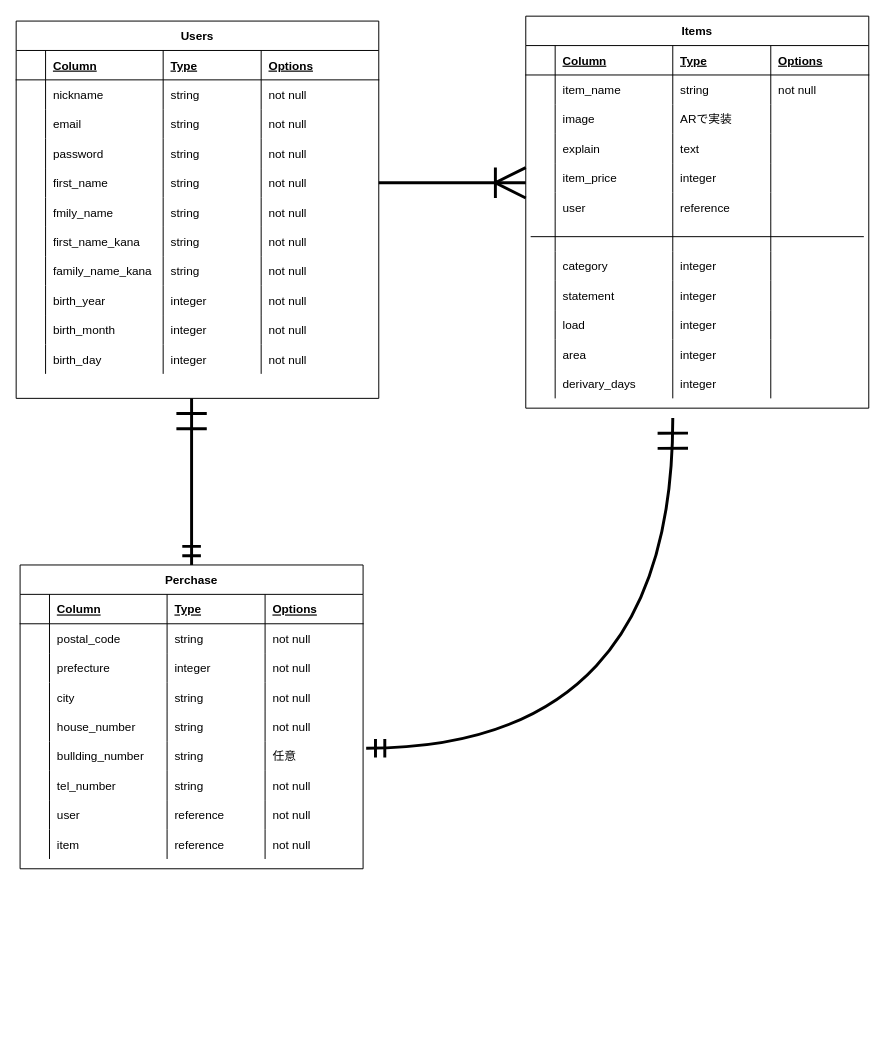
Before: furima_table.dio in kuuleon/furima-kagawa2021-passpo, a draw.io diagram. Source tidied: cells renumbered, new cells numbered last; positions are measured from the earlier drawing's top-left corner, leaving out a move shared by most shapes. Both pictures are drawn from the tidied source at 98%, with x=0, y=0 at pixel (16, 16).
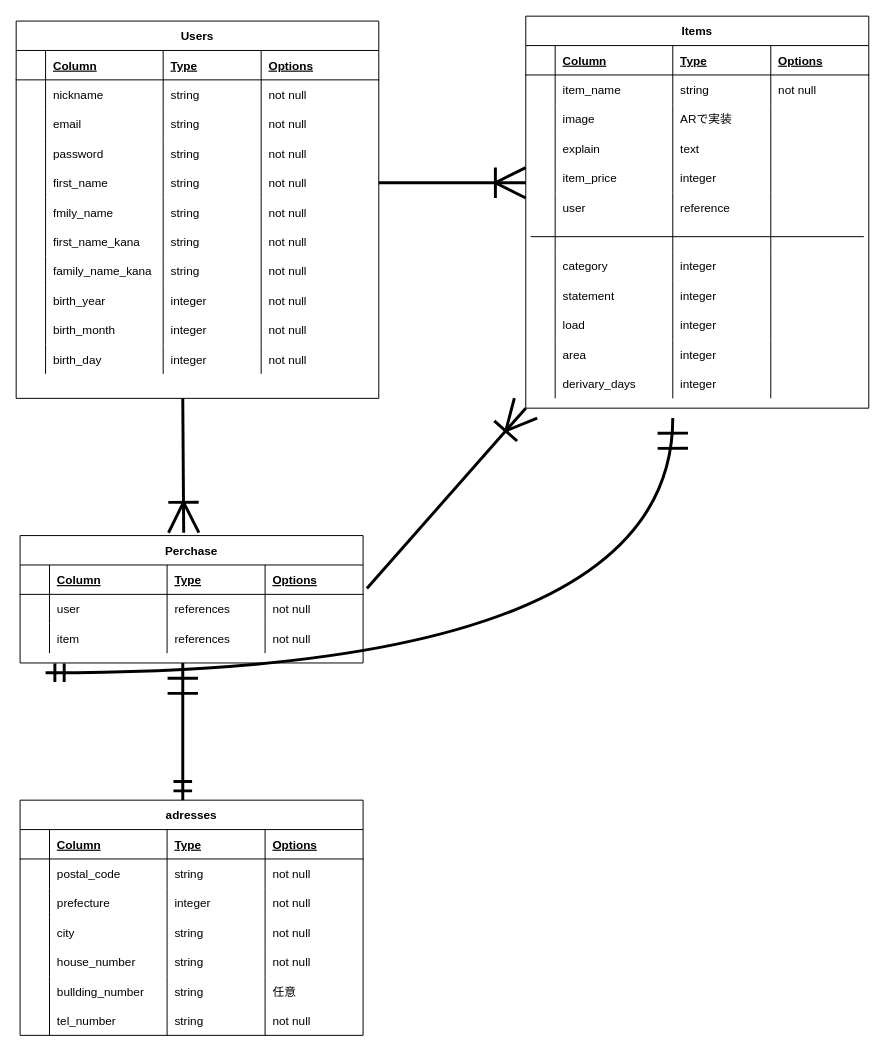
Above is the later version.

Commit message:
ER図（adressesテーブルの作成）

The change refers to these unchanged cells:
```xml
<mxCell id="122" style="shape=partialRectangle;fillColor=none;top=0;left=0;bottom=1;right=0;points=[[0,0.5],[1,0.5]];portConstraint=eastwest;" parent="121" vertex="1">
  <mxGeometry y="30" width="350" height="30" as="geometry" />
</mxCell>
```

The edit, as a diff of the source:
```diff
@@
     <mxCell id="121" value="Perchase" style="shape=table;startSize=30;childLayout=tableLayout;rowLines=0;fontStyle=1;align=center;" parent="1" vertex="1">
-      <mxGeometry x="4" y="560" width="350" height="310" as="geometry" />
+      <mxGeometry x="4" y="530" width="350" height="130" as="geometry" />
     </mxCell>
@@
-    <mxCell id="127" style="shape=partialRectangle;fillColor=none;top=0;left=0;bottom=0;right=0;points=[[0,0.5],[1,0.5]];portConstraint=eastwest;" parent="121" vertex="1">
-      <mxGeometry y="60" width="350" height="30" as="geometry" />
-    </mxCell>
-    <mxCell id="128" style="shape=partialRectangle;fillColor=none;top=0;left=0;bottom=0;right=0;overflow=hidden;" parent="127" vertex="1">
-      <mxGeometry width="30" height="30" as="geometry" />
-    </mxCell>
-    <mxCell id="129" value="postal_code" style="shape=partialRectangle;fillColor=none;top=0;left=0;bottom=0;right=0;align=left;spacingLeft=6;overflow=hidden;" parent="127" vertex="1">
-      <mxGeometry x="30" width="120" height="30" as="geometry" />
-    </mxCell>
-    <mxCell id="130" value="string" style="shape=partialRectangle;fillColor=none;top=0;left=0;bottom=0;right=0;align=left;spacingLeft=6;overflow=hidden;" parent="127" vertex="1">
-      <mxGeometry x="150" width="100" height="30" as="geometry" />
-    </mxCell>
-    <mxCell id="131" value="not null" style="shape=partialRectangle;fillColor=none;top=0;left=0;bottom=0;right=0;align=left;spacingLeft=6;overflow=hidden;" parent="127" vertex="1">
-      <mxGeometry x="250" width="100" height="30" as="geometry" />
-    </mxCell>
-    <mxCell id="132" style="shape=partialRectangle;fillColor=none;top=0;left=0;bottom=0;right=0;" parent="121" vertex="1">
-      <mxGeometry y="90" width="350" height="30" as="geometry" />
-    </mxCell>
-    <mxCell id="133" style="shape=partialRectangle;fillColor=none;top=0;left=0;bottom=0;right=0;overflow=hidden;" parent="132" vertex="1">
-      <mxGeometry width="30" height="30" as="geometry" />
-    </mxCell>
-    <mxCell id="134" value="prefecture" style="shape=partialRectangle;fillColor=none;top=0;left=0;bottom=0;right=0;align=left;spacingLeft=6;overflow=hidden;" parent="132" vertex="1">
-      <mxGeometry x="30" width="120" height="30" as="geometry" />
-    </mxCell>
-    <mxCell id="135" value="integer" style="shape=partialRectangle;fillColor=none;top=0;left=0;bottom=0;right=0;align=left;spacingLeft=6;overflow=hidden;" parent="132" vertex="1">
-      <mxGeometry x="150" width="100" height="30" as="geometry" />
-    </mxCell>
-    <mxCell id="136" value="not null" style="shape=partialRectangle;fillColor=none;top=0;left=0;bottom=0;right=0;align=left;spacingLeft=6;overflow=hidden;" parent="132" vertex="1">
-      <mxGeometry x="250" width="100" height="30" as="geometry" />
-    </mxCell>
-    <mxCell id="137" style="shape=partialRectangle;fillColor=none;top=0;left=0;bottom=0;right=0;" parent="121" vertex="1">
-      <mxGeometry y="120" width="350" height="30" as="geometry" />
-    </mxCell>
-    <mxCell id="138" style="shape=partialRectangle;fillColor=none;top=0;left=0;bottom=0;right=0;overflow=hidden;" parent="137" vertex="1">
-      <mxGeometry width="30" height="30" as="geometry" />
-    </mxCell>
-    <mxCell id="139" value="city" style="shape=partialRectangle;fillColor=none;top=0;left=0;bottom=0;right=0;align=left;spacingLeft=6;overflow=hidden;" parent="137" vertex="1">
-      <mxGeometry x="30" width="120" height="30" as="geometry" />
-    </mxCell>
-    <mxCell id="140" value="string" style="shape=partialRectangle;fillColor=none;top=0;left=0;bottom=0;right=0;align=left;spacingLeft=6;overflow=hidden;" parent="137" vertex="1">
-      <mxGeometry x="150" width="100" height="30" as="geometry" />
-    </mxCell>
-    <mxCell id="141" value="not null" style="shape=partialRectangle;fillColor=none;top=0;left=0;bottom=0;right=0;align=left;spacingLeft=6;overflow=hidden;" parent="137" vertex="1">
-      <mxGeometry x="250" width="100" height="30" as="geometry" />
-    </mxCell>
-    <mxCell id="142" style="edgeStyle=orthogonalEdgeStyle;rounded=0;orthogonalLoop=1;jettySize=auto;html=1;exitX=1;exitY=0.5;exitDx=0;exitDy=0;" parent="121" edge="1" source="127" target="127">
+    <mxCell id="142" style="edgeStyle=orthogonalEdgeStyle;rounded=0;orthogonalLoop=1;jettySize=auto;html=1;exitX=1;exitY=0.5;exitDx=0;exitDy=0;" parent="121" edge="1">
       <mxGeometry relative="1" as="geometry" />
     </mxCell>
-    <mxCell id="143" style="shape=partialRectangle;fillColor=none;top=0;left=0;bottom=0;right=0;" parent="121" vertex="1">
-      <mxGeometry y="150" width="350" height="30" as="geometry" />
-    </mxCell>
-    <mxCell id="144" style="shape=partialRectangle;fillColor=none;top=0;left=0;bottom=0;right=0;overflow=hidden;" parent="143" vertex="1">
-      <mxGeometry width="30" height="30" as="geometry" />
-    </mxCell>
-    <mxCell id="145" value="house_number" style="shape=partialRectangle;fillColor=none;top=0;left=0;bottom=0;right=0;align=left;spacingLeft=6;overflow=hidden;" parent="143" vertex="1">
-      <mxGeometry x="30" width="120" height="30" as="geometry" />
-    </mxCell>
-    <mxCell id="146" value="string" style="shape=partialRectangle;fillColor=none;top=0;left=0;bottom=0;right=0;align=left;spacingLeft=6;overflow=hidden;" parent="143" vertex="1">
-      <mxGeometry x="150" width="100" height="30" as="geometry" />
-    </mxCell>
-    <mxCell id="147" value="not null" style="shape=partialRectangle;fillColor=none;top=0;left=0;bottom=0;right=0;align=left;spacingLeft=6;overflow=hidden;" parent="143" vertex="1">
-      <mxGeometry x="250" width="100" height="30" as="geometry" />
-    </mxCell>
-    <mxCell id="148" style="shape=partialRectangle;fillColor=none;top=0;left=0;bottom=0;right=0;points=[[0,0.5],[1,0.5]];portConstraint=eastwest;" parent="121" vertex="1">
-      <mxGeometry y="180" width="350" height="30" as="geometry" />
-    </mxCell>
-    <mxCell id="149" style="shape=partialRectangle;fillColor=none;top=0;left=0;bottom=0;right=0;overflow=hidden;" parent="148" vertex="1">
-      <mxGeometry width="30" height="30" as="geometry" />
-    </mxCell>
-    <mxCell id="150" value="bullding_number" style="shape=partialRectangle;fillColor=none;top=0;left=0;bottom=0;right=0;align=left;spacingLeft=6;overflow=hidden;" parent="148" vertex="1">
-      <mxGeometry x="30" width="120" height="30" as="geometry" />
-    </mxCell>
-    <mxCell id="151" value="string" style="shape=partialRectangle;fillColor=none;top=0;left=0;bottom=0;right=0;align=left;spacingLeft=6;overflow=hidden;" parent="148" vertex="1">
-      <mxGeometry x="150" width="100" height="30" as="geometry" />
-    </mxCell>
-    <mxCell id="152" value="任意" style="shape=partialRectangle;fillColor=none;top=0;left=0;bottom=0;right=0;align=left;spacingLeft=6;overflow=hidden;" parent="148" vertex="1">
-      <mxGeometry x="250" width="100" height="30" as="geometry" />
-    </mxCell>
-    <mxCell id="153" style="shape=partialRectangle;fillColor=none;top=0;left=0;bottom=0;right=0;" parent="121" vertex="1">
-      <mxGeometry y="210" width="350" height="30" as="geometry" />
-    </mxCell>
-    <mxCell id="154" style="shape=partialRectangle;fillColor=none;top=0;left=0;bottom=0;right=0;overflow=hidden;" parent="153" vertex="1">
-      <mxGeometry width="30" height="30" as="geometry" />
-    </mxCell>
-    <mxCell id="155" value="tel_number" style="shape=partialRectangle;fillColor=none;top=0;left=0;bottom=0;right=0;align=left;spacingLeft=6;overflow=hidden;" parent="153" vertex="1">
-      <mxGeometry x="30" width="120" height="30" as="geometry" />
-    </mxCell>
-    <mxCell id="156" value="string" style="shape=partialRectangle;fillColor=none;top=0;left=0;bottom=0;right=0;align=left;spacingLeft=6;overflow=hidden;" parent="153" vertex="1">
-      <mxGeometry x="150" width="100" height="30" as="geometry" />
-    </mxCell>
-    <mxCell id="157" value="not null" style="shape=partialRectangle;fillColor=none;top=0;left=0;bottom=0;right=0;align=left;spacingLeft=6;overflow=hidden;" parent="153" vertex="1">
-      <mxGeometry x="250" width="100" height="30" as="geometry" />
-    </mxCell>
     <mxCell id="158" style="shape=partialRectangle;fillColor=none;top=0;left=0;bottom=0;right=0;" parent="121" vertex="1">
-      <mxGeometry y="240" width="350" height="30" as="geometry" />
+      <mxGeometry y="60" width="350" height="30" as="geometry" />
     </mxCell>
@@
-    <mxCell id="161" value="reference" style="shape=partialRectangle;fillColor=none;top=0;left=0;bottom=0;right=0;align=left;spacingLeft=6;overflow=hidden;" parent="158" vertex="1">
+    <mxCell id="161" value="references" style="shape=partialRectangle;fillColor=none;top=0;left=0;bottom=0;right=0;align=left;spacingLeft=6;overflow=hidden;" parent="158" vertex="1">
       <mxGeometry x="150" width="100" height="30" as="geometry" />
     </mxCell>
@@
     <mxCell id="163" style="shape=partialRectangle;fillColor=none;top=0;left=0;bottom=0;right=0;" parent="121" vertex="1">
-      <mxGeometry y="270" width="350" height="30" as="geometry" />
+      <mxGeometry y="90" width="350" height="30" as="geometry" />
     </mxCell>
@@
-    <mxCell id="166" value="reference" style="shape=partialRectangle;fillColor=none;top=0;left=0;bottom=0;right=0;align=left;spacingLeft=6;overflow=hidden;" parent="163" vertex="1">
+    <mxCell id="166" value="references" style="shape=partialRectangle;fillColor=none;top=0;left=0;bottom=0;right=0;align=left;spacingLeft=6;overflow=hidden;" parent="163" vertex="1">
       <mxGeometry x="150" width="100" height="30" as="geometry" />
     </mxCell>
@@
-    <mxCell id="170" style="edgeStyle=orthogonalEdgeStyle;fontSize=12;html=1;endArrow=ERmandOne;startArrow=ERmandOne;startSize=15;endSize=27;strokeWidth=3;exitX=1.009;exitY=0.233;exitDx=0;exitDy=0;exitPerimeter=0;curved=1;" parent="1" edge="1" source="148">
+    <mxCell id="170" style="edgeStyle=orthogonalEdgeStyle;fontSize=12;html=1;endArrow=ERmandOne;startArrow=ERmandOne;startSize=15;endSize=27;strokeWidth=3;exitX=1.009;exitY=0.233;exitDx=0;exitDy=0;exitPerimeter=0;curved=1;" parent="1" edge="1">
       <mxGeometry relative="1" as="geometry">
+        <mxPoint x="30" y="670" as="sourcePoint" />
         <mxPoint x="670" y="410" as="targetPoint" />
       </mxGeometry>
     </mxCell>
-    <mxCell id="171" style="edgeStyle=orthogonalEdgeStyle;fontSize=12;html=1;endArrow=ERmandOne;startArrow=ERmandOne;startSize=15;endSize=27;strokeWidth=3;curved=1;exitX=0.5;exitY=0;exitDx=0;exitDy=0;" parent="1" edge="1" source="121">
-      <mxGeometry relative="1" as="geometry">
-        <mxPoint x="179" y="390" as="targetPoint" />
-      </mxGeometry>
-    </mxCell>
+    <mxCell id="172" value="adresses" style="shape=table;startSize=30;childLayout=tableLayout;rowLines=0;fontStyle=1;align=center;" parent="1" vertex="1">
+      <mxGeometry x="4" y="800" width="350" height="240" as="geometry" />
+    </mxCell>
+    <mxCell id="173" style="shape=partialRectangle;fillColor=none;top=0;left=0;bottom=1;right=0;" parent="172" vertex="1">
+      <mxGeometry y="30" width="350" height="30" as="geometry" />
+    </mxCell>
+    <mxCell id="174" style="shape=partialRectangle;fillColor=none;top=0;left=0;bottom=0;right=0;fontStyle=1;overflow=hidden;" parent="173" vertex="1">
+      <mxGeometry width="30" height="30" as="geometry" />
+    </mxCell>
+    <mxCell id="175" value="Column" style="shape=partialRectangle;fillColor=none;top=0;left=0;bottom=0;right=0;align=left;spacingLeft=6;fontStyle=5;overflow=hidden;" parent="173" vertex="1">
+      <mxGeometry x="30" width="120" height="30" as="geometry" />
+    </mxCell>
+    <mxCell id="176" value="Type" style="shape=partialRectangle;fillColor=none;top=0;left=0;bottom=0;right=0;align=left;spacingLeft=6;fontStyle=5;overflow=hidden;" parent="173" vertex="1">
+      <mxGeometry x="150" width="100" height="30" as="geometry" />
+    </mxCell>
+    <mxCell id="177" value="Options" style="shape=partialRectangle;fillColor=none;top=0;left=0;bottom=0;right=0;align=left;spacingLeft=6;fontStyle=5;overflow=hidden;" parent="173" vertex="1">
+      <mxGeometry x="250" width="100" height="30" as="geometry" />
+    </mxCell>
+    <mxCell id="127" style="shape=partialRectangle;fillColor=none;top=0;left=0;bottom=0;right=0;points=[[0,0.5],[1,0.5]];portConstraint=eastwest;" parent="172" vertex="1">
+      <mxGeometry y="60" width="350" height="30" as="geometry" />
+    </mxCell>
+    <mxCell id="178" style="shape=partialRectangle;fillColor=none;top=0;left=0;bottom=0;right=0;overflow=hidden;" parent="127" vertex="1">
+      <mxGeometry width="30" height="30" as="geometry" />
+    </mxCell>
+    <mxCell id="129" value="postal_code" style="shape=partialRectangle;fillColor=none;top=0;left=0;bottom=0;right=0;align=left;spacingLeft=6;overflow=hidden;" parent="127" vertex="1">
+      <mxGeometry x="30" width="120" height="30" as="geometry" />
+    </mxCell>
+    <mxCell id="179" value="string" style="shape=partialRectangle;fillColor=none;top=0;left=0;bottom=0;right=0;align=left;spacingLeft=6;overflow=hidden;" parent="127" vertex="1">
+      <mxGeometry x="150" width="100" height="30" as="geometry" />
+    </mxCell>
+    <mxCell id="180" value="not null" style="shape=partialRectangle;fillColor=none;top=0;left=0;bottom=0;right=0;align=left;spacingLeft=6;overflow=hidden;" parent="127" vertex="1">
+      <mxGeometry x="250" width="100" height="30" as="geometry" />
+    </mxCell>
+    <mxCell id="132" style="shape=partialRectangle;fillColor=none;top=0;left=0;bottom=0;right=0;" parent="172" vertex="1">
+      <mxGeometry y="90" width="350" height="30" as="geometry" />
+    </mxCell>
+    <mxCell id="181" style="shape=partialRectangle;fillColor=none;top=0;left=0;bottom=0;right=0;overflow=hidden;" parent="132" vertex="1">
+      <mxGeometry width="30" height="30" as="geometry" />
+    </mxCell>
+    <mxCell id="134" value="prefecture" style="shape=partialRectangle;fillColor=none;top=0;left=0;bottom=0;right=0;align=left;spacingLeft=6;overflow=hidden;" parent="132" vertex="1">
+      <mxGeometry x="30" width="120" height="30" as="geometry" />
+    </mxCell>
+    <mxCell id="135" value="integer" style="shape=partialRectangle;fillColor=none;top=0;left=0;bottom=0;right=0;align=left;spacingLeft=6;overflow=hidden;" parent="132" vertex="1">
+      <mxGeometry x="150" width="100" height="30" as="geometry" />
+    </mxCell>
+    <mxCell id="182" value="not null" style="shape=partialRectangle;fillColor=none;top=0;left=0;bottom=0;right=0;align=left;spacingLeft=6;overflow=hidden;" parent="132" vertex="1">
+      <mxGeometry x="250" width="100" height="30" as="geometry" />
+    </mxCell>
+    <mxCell id="137" style="shape=partialRectangle;fillColor=none;top=0;left=0;bottom=0;right=0;" parent="172" vertex="1">
+      <mxGeometry y="120" width="350" height="30" as="geometry" />
+    </mxCell>
+    <mxCell id="183" style="shape=partialRectangle;fillColor=none;top=0;left=0;bottom=0;right=0;overflow=hidden;" parent="137" vertex="1">
+      <mxGeometry width="30" height="30" as="geometry" />
+    </mxCell>
+    <mxCell id="139" value="city" style="shape=partialRectangle;fillColor=none;top=0;left=0;bottom=0;right=0;align=left;spacingLeft=6;overflow=hidden;" parent="137" vertex="1">
+      <mxGeometry x="30" width="120" height="30" as="geometry" />
+    </mxCell>
+    <mxCell id="184" value="string" style="shape=partialRectangle;fillColor=none;top=0;left=0;bottom=0;right=0;align=left;spacingLeft=6;overflow=hidden;" parent="137" vertex="1">
+      <mxGeometry x="150" width="100" height="30" as="geometry" />
+    </mxCell>
+    <mxCell id="185" value="not null" style="shape=partialRectangle;fillColor=none;top=0;left=0;bottom=0;right=0;align=left;spacingLeft=6;overflow=hidden;" parent="137" vertex="1">
+      <mxGeometry x="250" width="100" height="30" as="geometry" />
+    </mxCell>
+    <mxCell id="186" style="edgeStyle=orthogonalEdgeStyle;rounded=0;orthogonalLoop=1;jettySize=auto;html=1;exitX=1;exitY=0.5;exitDx=0;exitDy=0;" parent="172" edge="1" source="127" target="127">
+      <mxGeometry relative="1" as="geometry" />
+    </mxCell>
+    <mxCell id="143" style="shape=partialRectangle;fillColor=none;top=0;left=0;bottom=0;right=0;" parent="172" vertex="1">
+      <mxGeometry y="150" width="350" height="30" as="geometry" />
+    </mxCell>
+    <mxCell id="187" style="shape=partialRectangle;fillColor=none;top=0;left=0;bottom=0;right=0;overflow=hidden;" parent="143" vertex="1">
+      <mxGeometry width="30" height="30" as="geometry" />
+    </mxCell>
+    <mxCell id="145" value="house_number" style="shape=partialRectangle;fillColor=none;top=0;left=0;bottom=0;right=0;align=left;spacingLeft=6;overflow=hidden;" parent="143" vertex="1">
+      <mxGeometry x="30" width="120" height="30" as="geometry" />
+    </mxCell>
+    <mxCell id="188" value="string" style="shape=partialRectangle;fillColor=none;top=0;left=0;bottom=0;right=0;align=left;spacingLeft=6;overflow=hidden;" parent="143" vertex="1">
+      <mxGeometry x="150" width="100" height="30" as="geometry" />
+    </mxCell>
+    <mxCell id="189" value="not null" style="shape=partialRectangle;fillColor=none;top=0;left=0;bottom=0;right=0;align=left;spacingLeft=6;overflow=hidden;" parent="143" vertex="1">
+      <mxGeometry x="250" width="100" height="30" as="geometry" />
+    </mxCell>
+    <mxCell id="148" style="shape=partialRectangle;fillColor=none;top=0;left=0;bottom=0;right=0;points=[[0,0.5],[1,0.5]];portConstraint=eastwest;" parent="172" vertex="1">
+      <mxGeometry y="180" width="350" height="30" as="geometry" />
+    </mxCell>
+    <mxCell id="190" style="shape=partialRectangle;fillColor=none;top=0;left=0;bottom=0;right=0;overflow=hidden;" parent="148" vertex="1">
+      <mxGeometry width="30" height="30" as="geometry" />
+    </mxCell>
+    <mxCell id="150" value="bullding_number" style="shape=partialRectangle;fillColor=none;top=0;left=0;bottom=0;right=0;align=left;spacingLeft=6;overflow=hidden;" parent="148" vertex="1">
+      <mxGeometry x="30" width="120" height="30" as="geometry" />
+    </mxCell>
+    <mxCell id="191" value="string" style="shape=partialRectangle;fillColor=none;top=0;left=0;bottom=0;right=0;align=left;spacingLeft=6;overflow=hidden;" parent="148" vertex="1">
+      <mxGeometry x="150" width="100" height="30" as="geometry" />
+    </mxCell>
+    <mxCell id="152" value="任意" style="shape=partialRectangle;fillColor=none;top=0;left=0;bottom=0;right=0;align=left;spacingLeft=6;overflow=hidden;" parent="148" vertex="1">
+      <mxGeometry x="250" width="100" height="30" as="geometry" />
+    </mxCell>
+    <mxCell id="153" style="shape=partialRectangle;fillColor=none;top=0;left=0;bottom=0;right=0;" parent="172" vertex="1">
+      <mxGeometry y="210" width="350" height="30" as="geometry" />
+    </mxCell>
+    <mxCell id="192" style="shape=partialRectangle;fillColor=none;top=0;left=0;bottom=0;right=0;overflow=hidden;" parent="153" vertex="1">
+      <mxGeometry width="30" height="30" as="geometry" />
+    </mxCell>
+    <mxCell id="155" value="tel_number" style="shape=partialRectangle;fillColor=none;top=0;left=0;bottom=0;right=0;align=left;spacingLeft=6;overflow=hidden;" parent="153" vertex="1">
+      <mxGeometry x="30" width="120" height="30" as="geometry" />
+    </mxCell>
+    <mxCell id="193" value="string" style="shape=partialRectangle;fillColor=none;top=0;left=0;bottom=0;right=0;align=left;spacingLeft=6;overflow=hidden;" parent="153" vertex="1">
+      <mxGeometry x="150" width="100" height="30" as="geometry" />
+    </mxCell>
+    <mxCell id="194" value="not null" style="shape=partialRectangle;fillColor=none;top=0;left=0;bottom=0;right=0;align=left;spacingLeft=6;overflow=hidden;" parent="153" vertex="1">
+      <mxGeometry x="250" width="100" height="30" as="geometry" />
+    </mxCell>
+    <mxCell id="195" style="edgeStyle=orthogonalEdgeStyle;fontSize=12;html=1;endArrow=ERmandOne;startArrow=ERmandOne;startSize=15;endSize=27;strokeWidth=3;curved=1;" parent="1" edge="1">
+      <mxGeometry relative="1" as="geometry">
+        <mxPoint x="170" y="800" as="sourcePoint" />
+        <mxPoint x="170" y="660" as="targetPoint" />
+        <Array as="points">
+          <mxPoint x="170" y="740" />
+          <mxPoint x="170" y="740" />
+        </Array>
+      </mxGeometry>
+    </mxCell>
+    <mxCell id="196" style="edgeStyle=orthogonalEdgeStyle;fontSize=12;html=1;endArrow=ERoneToMany;endSize=27;startSize=15;jumpSize=19;strokeWidth=3;curved=1;entryX=0.477;entryY=-0.023;entryDx=0;entryDy=0;entryPerimeter=0;" parent="1" edge="1" target="121">
+      <mxGeometry relative="1" as="geometry">
+        <mxPoint x="170" y="390" as="sourcePoint" />
+      </mxGeometry>
+    </mxCell>
+    <mxCell id="197" style="fontSize=12;html=1;endArrow=ERoneToMany;endSize=27;startSize=15;jumpSize=19;strokeWidth=3;exitX=1.011;exitY=0.8;exitDx=0;exitDy=0;exitPerimeter=0;" parent="1" edge="1" source="122">
+      <mxGeometry relative="1" as="geometry">
+        <mxPoint x="520" y="400" as="targetPoint" />
+      </mxGeometry>
+    </mxCell>
```
